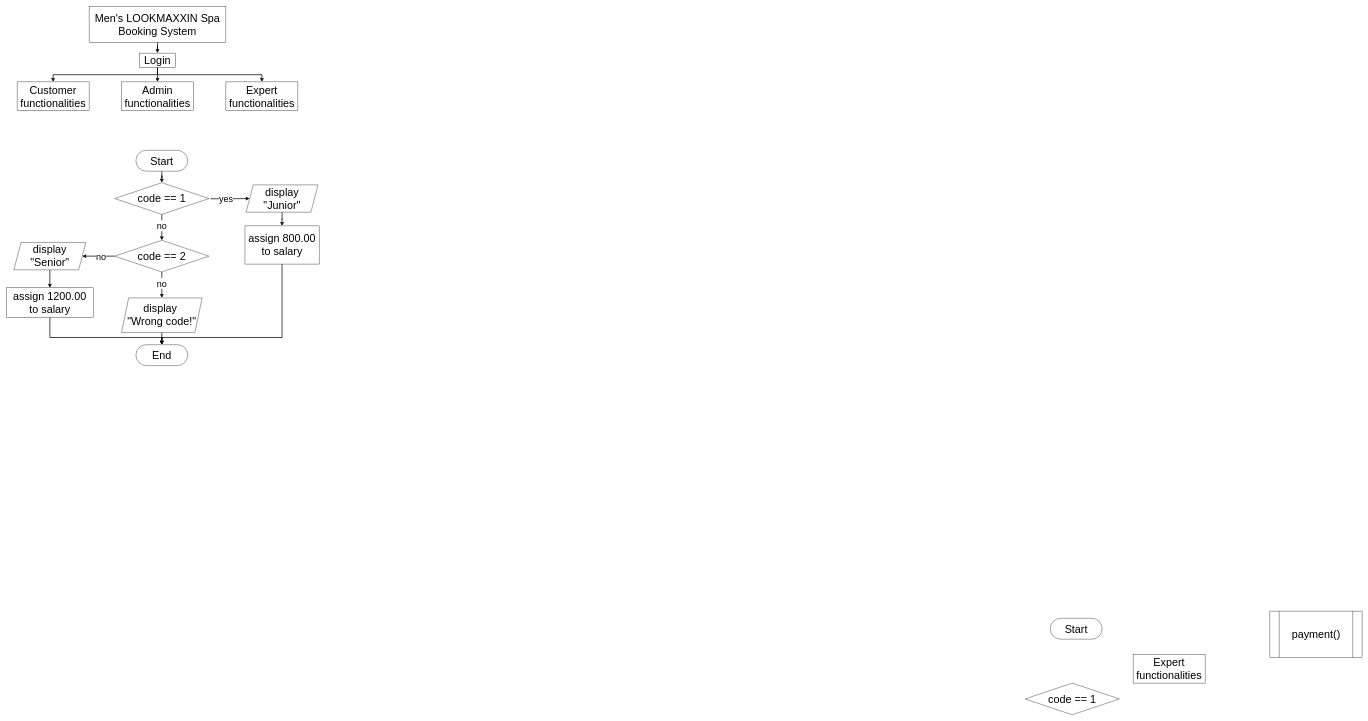
This is BMCS1013 flowchart.drawio from twelve0dev9/BMCS1013-asg-codebase, a draw.io file, before an edit. Source tidied: cells renumbered, new cells numbered last; positions are measured from the earlier drawing's top-left corner, leaving out a move shared by most shapes. Both pictures are drawn from the tidied source at 36%, with x=0, y=0 at pixel (6, 6).
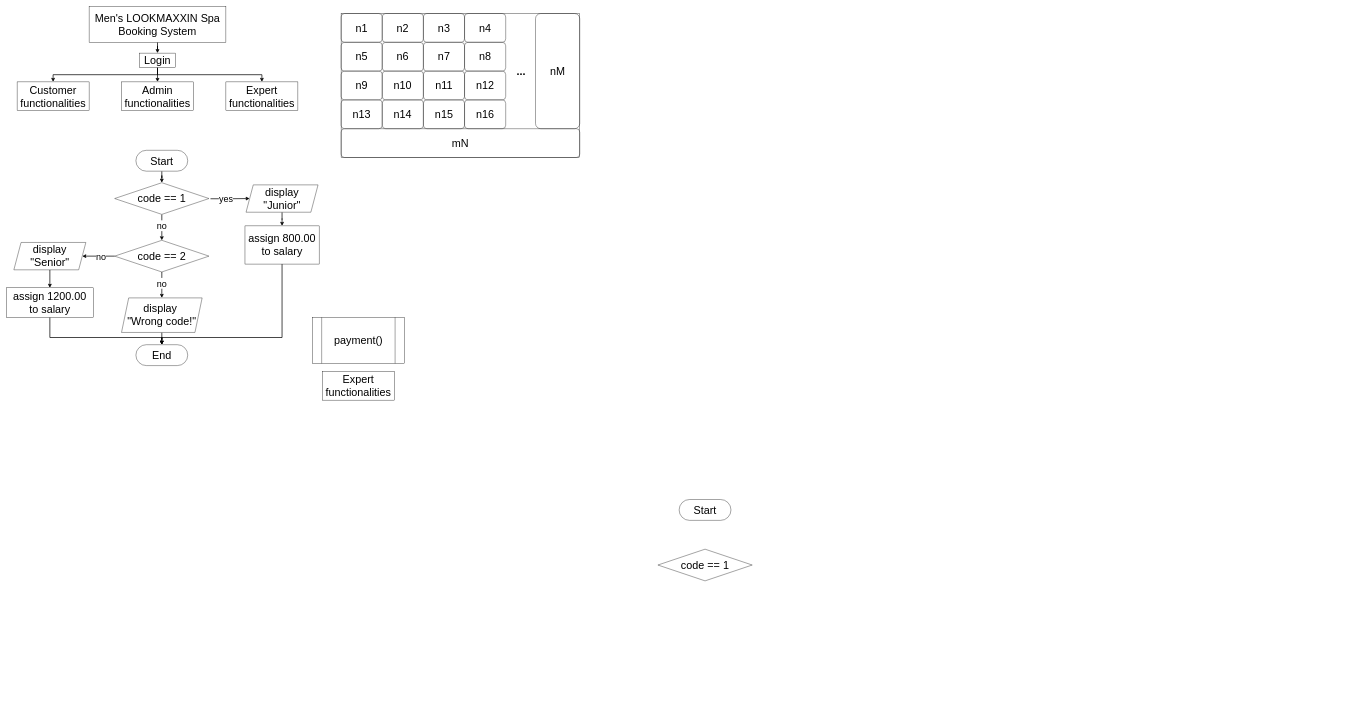
Above is the later version.

What changed in the source:
```diff
@@
     <mxCell id="30" value="&lt;font style=&quot;font-size: 30px;&quot;&gt;Start&lt;/font&gt;" style="rounded=1;whiteSpace=wrap;html=1;arcSize=50;" parent="1" vertex="1">
-      <mxGeometry x="2900" y="1700" width="144" height="58" as="geometry" />
+      <mxGeometry x="1869" y="1370" width="144" height="58" as="geometry" />
     </mxCell>
     <mxCell id="31" value="&lt;font style=&quot;font-size: 30px;&quot;&gt;code == 1&lt;/font&gt;" style="rhombus;whiteSpace=wrap;html=1;" parent="1" vertex="1">
-      <mxGeometry x="2830" y="1880" width="262" height="88" as="geometry" />
+      <mxGeometry x="1810" y="1508" width="262" height="88" as="geometry" />
     </mxCell>
     <mxCell id="32" value="&lt;span style=&quot;font-size: 30px; background-color: transparent; color: light-dark(rgb(0, 0, 0), rgb(255, 255, 255));&quot;&gt;Expert functionalities&lt;/span&gt;" style="rounded=0;whiteSpace=wrap;html=1;" parent="1" vertex="1">
-      <mxGeometry x="3130" y="1800" width="200" height="80" as="geometry" />
+      <mxGeometry x="878" y="1014" width="200" height="80" as="geometry" />
     </mxCell>
     <mxCell id="33" value="payment()" style="shape=process;whiteSpace=wrap;html=1;backgroundOutline=1;fontSize=30;" parent="1" vertex="1">
-      <mxGeometry x="3510" y="1680" width="256" height="128" as="geometry" />
+      <mxGeometry x="850" y="864" width="256" height="128" as="geometry" />
     </mxCell>
+    <mxCell id="34" style="rounded=1;whiteSpace=wrap;html=1;arcSize=0;fillColor=none;fontSize=30;" parent="1" vertex="1">
+      <mxGeometry x="930" y="20" width="663" height="400" as="geometry" />
+    </mxCell>
+    <mxCell id="35" value="n1" style="rounded=1;whiteSpace=wrap;html=1;arcSize=12;fillColor=none;fontSize=30;" parent="1" vertex="1">
+      <mxGeometry x="930" y="20" width="114.3" height="80" as="geometry" />
+    </mxCell>
+    <mxCell id="36" value="n5" style="rounded=1;whiteSpace=wrap;html=1;arcSize=12;fillColor=none;fontSize=30;" parent="1" vertex="1">
+      <mxGeometry x="930" y="100" width="114.3" height="80" as="geometry" />
+    </mxCell>
+    <mxCell id="37" value="n9" style="rounded=1;whiteSpace=wrap;html=1;arcSize=12;fillColor=none;fontSize=30;" parent="1" vertex="1">
+      <mxGeometry x="930" y="180" width="114.3" height="80" as="geometry" />
+    </mxCell>
+    <mxCell id="38" value="n13" style="rounded=1;whiteSpace=wrap;html=1;arcSize=12;fillColor=none;fontSize=30;" parent="1" vertex="1">
+      <mxGeometry x="930" y="260" width="114.3" height="80" as="geometry" />
+    </mxCell>
+    <mxCell id="39" value="n2" style="rounded=1;whiteSpace=wrap;html=1;arcSize=12;fillColor=none;fontSize=30;" parent="1" vertex="1">
+      <mxGeometry x="1044.3" y="20" width="114.3" height="80" as="geometry" />
+    </mxCell>
+    <mxCell id="40" value="n6" style="rounded=1;whiteSpace=wrap;html=1;arcSize=12;fillColor=none;fontSize=30;" parent="1" vertex="1">
+      <mxGeometry x="1044.3" y="100" width="114.3" height="80" as="geometry" />
+    </mxCell>
+    <mxCell id="41" value="nM" style="rounded=1;whiteSpace=wrap;html=1;arcSize=12;fillColor=none;fontSize=30;" parent="1" vertex="1">
+      <mxGeometry x="1470" y="20" width="122.9" height="320" as="geometry" />
+    </mxCell>
+    <mxCell id="42" value="..." style="text;html=1;align=center;verticalAlign=middle;whiteSpace=wrap;rounded=0;fontSize=30;fontStyle=1;" parent="1" vertex="1">
+      <mxGeometry x="1400" y="165" width="60" height="30" as="geometry" />
+    </mxCell>
+    <mxCell id="43" value="n10" style="rounded=1;whiteSpace=wrap;html=1;arcSize=12;fillColor=none;fontSize=30;" parent="1" vertex="1">
+      <mxGeometry x="1044.3" y="180" width="114.3" height="80" as="geometry" />
+    </mxCell>
+    <mxCell id="44" value="n14" style="rounded=1;whiteSpace=wrap;html=1;arcSize=12;fillColor=none;fontSize=30;" parent="1" vertex="1">
+      <mxGeometry x="1044.3" y="260" width="114.3" height="80" as="geometry" />
+    </mxCell>
+    <mxCell id="45" value="n3" style="rounded=1;whiteSpace=wrap;html=1;arcSize=12;fillColor=none;fontSize=30;" parent="1" vertex="1">
+      <mxGeometry x="1158.6" y="20" width="114.3" height="80" as="geometry" />
+    </mxCell>
+    <mxCell id="46" value="n15" style="rounded=1;whiteSpace=wrap;html=1;arcSize=12;fillColor=none;fontSize=30;" parent="1" vertex="1">
+      <mxGeometry x="1158.6" y="260" width="114.3" height="80" as="geometry" />
+    </mxCell>
+    <mxCell id="47" value="n7" style="rounded=1;whiteSpace=wrap;html=1;arcSize=12;fillColor=none;fontSize=30;" parent="1" vertex="1">
+      <mxGeometry x="1158.6" y="100" width="114.3" height="80" as="geometry" />
+    </mxCell>
+    <mxCell id="48" value="n11" style="rounded=1;whiteSpace=wrap;html=1;arcSize=12;fillColor=none;fontSize=30;" parent="1" vertex="1">
+      <mxGeometry x="1158.6" y="180" width="114.3" height="80" as="geometry" />
+    </mxCell>
+    <mxCell id="49" value="n4" style="rounded=1;whiteSpace=wrap;html=1;arcSize=12;fillColor=none;fontSize=30;" parent="1" vertex="1">
+      <mxGeometry x="1272.9" y="20" width="114.3" height="80" as="geometry" />
+    </mxCell>
+    <mxCell id="50" value="n16" style="rounded=1;whiteSpace=wrap;html=1;arcSize=12;fillColor=none;fontSize=30;" parent="1" vertex="1">
+      <mxGeometry x="1272.9" y="260" width="114.3" height="80" as="geometry" />
+    </mxCell>
+    <mxCell id="51" value="n8" style="rounded=1;whiteSpace=wrap;html=1;arcSize=12;fillColor=none;fontSize=30;" parent="1" vertex="1">
+      <mxGeometry x="1272.9" y="100" width="114.3" height="80" as="geometry" />
+    </mxCell>
+    <mxCell id="52" value="n12" style="rounded=1;whiteSpace=wrap;html=1;arcSize=12;fillColor=none;fontSize=30;" parent="1" vertex="1">
+      <mxGeometry x="1272.9" y="180" width="114.3" height="80" as="geometry" />
+    </mxCell>
+    <mxCell id="53" value="mN" style="rounded=1;whiteSpace=wrap;html=1;arcSize=12;fillColor=none;fontSize=30;" parent="1" vertex="1">
+      <mxGeometry x="930" y="340" width="663" height="80" as="geometry" />
+    </mxCell>
```
